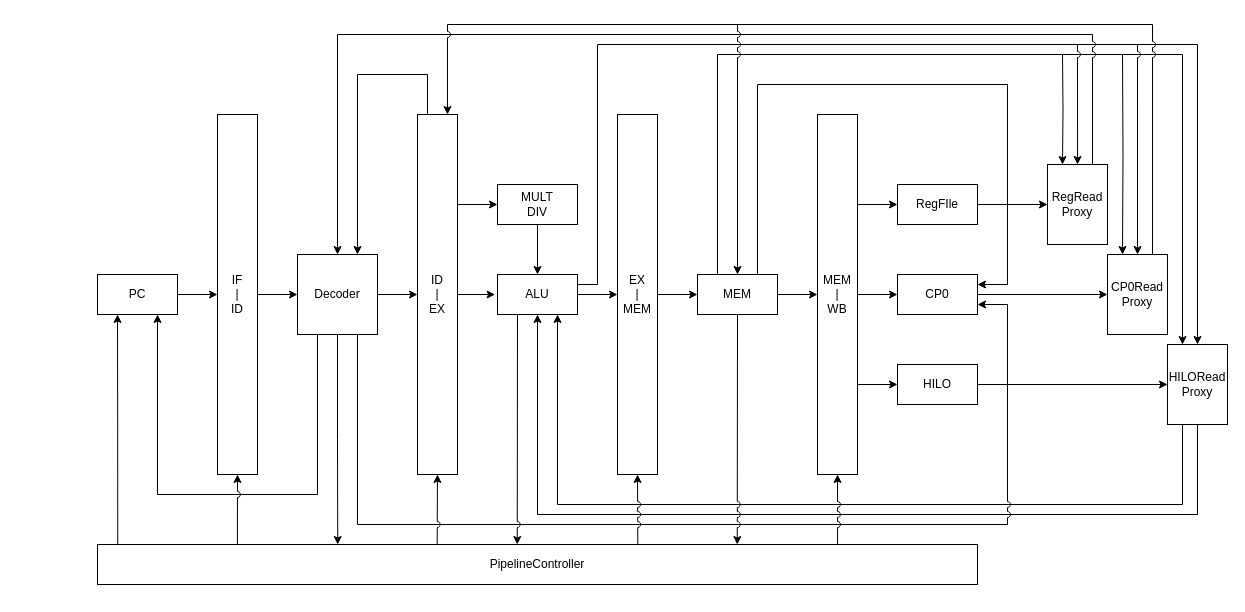
Earlier version of the draw.io diagram CS/ExternMIPS/1.drawio (umiskky/Diagrams). Source tidied: cells renumbered, new cells numbered last; positions are measured from the earlier drawing's top-left corner, leaving out a move shared by most shapes. Both pictures are drawn from the tidied source at 100%, with x=0, y=0 at pixel (97, 24).
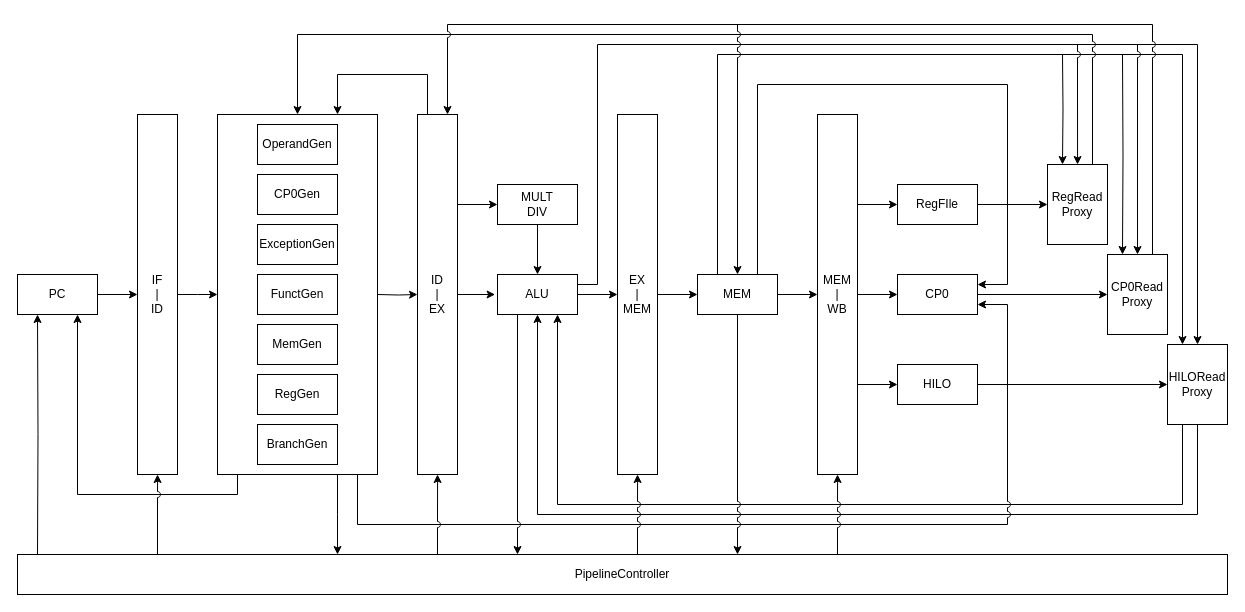
After the change.

Unchanged cells that the change refers to:
```xml
<mxCell id="19" value="ID&lt;br&gt;|&lt;br&gt;EX" style="rounded=0;whiteSpace=wrap;html=1;" parent="1" vertex="1">
  <mxGeometry x="320" y="90" width="40" height="360" as="geometry" />
</mxCell>
<mxCell id="22" value="EX&lt;br&gt;|&lt;br&gt;MEM" style="rounded=0;whiteSpace=wrap;html=1;" parent="1" vertex="1">
  <mxGeometry x="520" y="90" width="40" height="360" as="geometry" />
</mxCell>
<mxCell id="27" value="MEM&lt;br&gt;|&lt;br&gt;WB" style="rounded=0;whiteSpace=wrap;html=1;" parent="1" vertex="1">
  <mxGeometry x="720" y="90" width="40" height="360" as="geometry" />
</mxCell>
<mxCell id="35" value="ALU" style="rounded=0;whiteSpace=wrap;html=1;" parent="1" vertex="1">
  <mxGeometry x="400" y="250" width="80" height="40" as="geometry" />
</mxCell>
<mxCell id="39" value="MEM" style="rounded=0;whiteSpace=wrap;html=1;" parent="1" vertex="1">
  <mxGeometry x="600" y="250" width="80" height="40" as="geometry" />
</mxCell>
<mxCell id="43" value="CP0" style="rounded=0;whiteSpace=wrap;html=1;" parent="1" vertex="1">
  <mxGeometry x="800" y="250" width="80" height="40" as="geometry" />
</mxCell>
<mxCell id="47" value="RegRead&lt;br&gt;Proxy" style="rounded=0;whiteSpace=wrap;html=1;" parent="1" vertex="1">
  <mxGeometry x="950" y="140" width="60" height="80" as="geometry" />
</mxCell>
```

The edit, as a diff of the source:
```diff
@@
-    <mxCell id="4" style="edgeStyle=orthogonalEdgeStyle;rounded=0;jettySize=auto;html=1;exitX=0.25;exitY=1;exitDx=0;exitDy=0;entryX=0.75;entryY=1;entryDx=0;entryDy=0;" parent="1" edge="1" source="30" target="11">
+    <mxCell id="4" style="edgeStyle=orthogonalEdgeStyle;rounded=0;jettySize=auto;html=1;entryX=0.75;entryY=1;entryDx=0;entryDy=0;" parent="1" edge="1" source="57" target="11">
       <mxGeometry relative="1" as="geometry">
         <Array as="points">
-          <mxPoint x="220" y="470" />
-          <mxPoint x="60" y="470" />
+          <mxPoint x="140" y="470" />
+          <mxPoint x="-20" y="470" />
         </Array>
       </mxGeometry>
     </mxCell>
-    <mxCell id="5" style="edgeStyle=orthogonalEdgeStyle;rounded=0;jettySize=auto;html=1;exitX=0.75;exitY=1;exitDx=0;exitDy=0;entryX=1;entryY=0.75;entryDx=0;entryDy=0;jumpStyle=arc;" parent="1" edge="1" source="30" target="43">
+    <mxCell id="5" style="edgeStyle=orthogonalEdgeStyle;rounded=0;jettySize=auto;html=1;entryX=1;entryY=0.75;entryDx=0;entryDy=0;jumpStyle=arc;" parent="1" edge="1" source="57" target="43">
       <mxGeometry relative="1" as="geometry">
         <Array as="points">
           <mxPoint x="260" y="500" />
           <mxPoint x="910" y="500" />
           <mxPoint x="910" y="280" />
         </Array>
       </mxGeometry>
     </mxCell>
@@
     <mxCell id="8" value="PipelineController" style="rounded=0;whiteSpace=wrap;html=1;direction=south;" parent="1" vertex="1">
-      <mxGeometry y="520" width="880" height="40" as="geometry" />
+      <mxGeometry x="-80" y="530" width="1210" height="40" as="geometry" />
     </mxCell>
@@
-    <mxCell id="10" style="edgeStyle=orthogonalEdgeStyle;rounded=0;jettySize=auto;html=1;exitX=0;exitY=0.977;exitDx=0;exitDy=0;entryX=0.25;entryY=1;entryDx=0;entryDy=0;exitPerimeter=0;" parent="1" edge="1" source="8" target="11">
-      <mxGeometry relative="1" as="geometry" />
+    <mxCell id="10" style="edgeStyle=orthogonalEdgeStyle;rounded=0;jettySize=auto;html=1;entryX=0.25;entryY=1;entryDx=0;entryDy=0;" parent="1" edge="1" target="11">
+      <mxGeometry relative="1" as="geometry">
+        <mxPoint x="-60" y="530" as="sourcePoint" />
+      </mxGeometry>
     </mxCell>
     <mxCell id="11" value="PC" style="rounded=0;whiteSpace=wrap;html=1;" parent="1" vertex="1">
-      <mxGeometry y="250" width="80" height="40" as="geometry" />
+      <mxGeometry x="-80" y="250" width="80" height="40" as="geometry" />
     </mxCell>
-    <mxCell id="12" style="edgeStyle=orthogonalEdgeStyle;rounded=0;jettySize=auto;html=1;exitX=1;exitY=0.5;exitDx=0;exitDy=0;entryX=0;entryY=0.5;entryDx=0;entryDy=0;" parent="1" edge="1" source="14" target="30">
-      <mxGeometry relative="1" as="geometry" />
+    <mxCell id="12" style="edgeStyle=orthogonalEdgeStyle;rounded=0;jettySize=auto;html=1;exitX=1;exitY=0.5;exitDx=0;exitDy=0;entryX=0;entryY=0.5;entryDx=0;entryDy=0;" parent="1" edge="1" source="14">
+      <mxGeometry relative="1" as="geometry">
+        <mxPoint x="120" y="270" as="targetPoint" />
+      </mxGeometry>
     </mxCell>
-    <mxCell id="13" style="edgeStyle=orthogonalEdgeStyle;rounded=0;jettySize=auto;html=1;exitX=0;exitY=0.841;exitDx=0;exitDy=0;entryX=0.5;entryY=1;entryDx=0;entryDy=0;exitPerimeter=0;jumpStyle=arc;" parent="1" edge="1" source="8" target="14">
-      <mxGeometry relative="1" as="geometry" />
+    <mxCell id="13" style="edgeStyle=orthogonalEdgeStyle;rounded=0;jettySize=auto;html=1;entryX=0.5;entryY=1;entryDx=0;entryDy=0;jumpStyle=arc;" parent="1" edge="1" target="14">
+      <mxGeometry relative="1" as="geometry">
+        <mxPoint x="60" y="530" as="sourcePoint" />
+      </mxGeometry>
     </mxCell>
     <mxCell id="14" value="IF&lt;br&gt;|&lt;br&gt;ID" style="rounded=0;whiteSpace=wrap;html=1;" parent="1" vertex="1">
-      <mxGeometry x="120" y="90" width="40" height="360" as="geometry" />
+      <mxGeometry x="40" y="90" width="40" height="360" as="geometry" />
     </mxCell>
@@
-    <mxCell id="17" style="edgeStyle=orthogonalEdgeStyle;rounded=0;jettySize=auto;html=1;exitX=-0.01;exitY=0.614;exitDx=0;exitDy=0;entryX=0.5;entryY=1;entryDx=0;entryDy=0;exitPerimeter=0;jumpStyle=arc;" parent="1" edge="1" source="8" target="19">
-      <mxGeometry relative="1" as="geometry" />
+    <mxCell id="17" style="edgeStyle=orthogonalEdgeStyle;rounded=0;jettySize=auto;html=1;entryX=0.5;entryY=1;entryDx=0;entryDy=0;jumpStyle=arc;" parent="1" edge="1" target="19">
+      <mxGeometry relative="1" as="geometry">
+        <mxPoint x="340" y="530" as="sourcePoint" />
+      </mxGeometry>
     </mxCell>
-    <mxCell id="18" style="edgeStyle=orthogonalEdgeStyle;rounded=0;jettySize=auto;html=1;exitX=0.25;exitY=0;exitDx=0;exitDy=0;entryX=0.75;entryY=0;entryDx=0;entryDy=0;" parent="1" edge="1" source="19" target="30">
+    <mxCell id="18" style="edgeStyle=orthogonalEdgeStyle;rounded=0;jettySize=auto;html=1;exitX=0.25;exitY=0;exitDx=0;exitDy=0;entryX=0.75;entryY=0;entryDx=0;entryDy=0;" parent="1" edge="1" source="19" target="57">
       <mxGeometry relative="1" as="geometry">
         <Array as="points">
           <mxPoint x="330" y="50" />
-          <mxPoint x="260" y="50" />
+          <mxPoint x="240" y="50" />
         </Array>
       </mxGeometry>
     </mxCell>
@@
-    <mxCell id="21" style="edgeStyle=orthogonalEdgeStyle;rounded=0;jettySize=auto;html=1;exitX=-0.003;exitY=0.386;exitDx=0;exitDy=0;entryX=0.5;entryY=1;entryDx=0;entryDy=0;exitPerimeter=0;jumpStyle=arc;" parent="1" edge="1" source="8" target="22">
-      <mxGeometry relative="1" as="geometry" />
+    <mxCell id="21" style="edgeStyle=orthogonalEdgeStyle;rounded=0;jettySize=auto;html=1;entryX=0.5;entryY=1;entryDx=0;entryDy=0;jumpStyle=arc;" parent="1" edge="1" target="22">
+      <mxGeometry relative="1" as="geometry">
+        <mxPoint x="540" y="530" as="sourcePoint" />
+      </mxGeometry>
     </mxCell>
@@
-    <mxCell id="26" style="edgeStyle=orthogonalEdgeStyle;rounded=0;jettySize=auto;html=1;exitX=0;exitY=0.159;exitDx=0;exitDy=0;entryX=0.5;entryY=1;entryDx=0;entryDy=0;exitPerimeter=0;jumpStyle=arc;" parent="1" edge="1" source="8" target="27">
-      <mxGeometry relative="1" as="geometry" />
+    <mxCell id="26" style="edgeStyle=orthogonalEdgeStyle;rounded=0;jettySize=auto;html=1;entryX=0.5;entryY=1;entryDx=0;entryDy=0;jumpStyle=arc;" parent="1" edge="1" target="27">
+      <mxGeometry relative="1" as="geometry">
+        <mxPoint x="740" y="530" as="sourcePoint" />
+      </mxGeometry>
     </mxCell>
@@
-    <mxCell id="28" style="edgeStyle=orthogonalEdgeStyle;rounded=0;jettySize=auto;html=1;exitX=1;exitY=0.5;exitDx=0;exitDy=0;entryX=0;entryY=0.5;entryDx=0;entryDy=0;" parent="1" edge="1" source="30" target="19">
-      <mxGeometry relative="1" as="geometry" />
+    <mxCell id="28" style="edgeStyle=orthogonalEdgeStyle;rounded=0;jettySize=auto;html=1;exitX=1;exitY=0.5;exitDx=0;exitDy=0;entryX=0;entryY=0.5;entryDx=0;entryDy=0;" parent="1" edge="1" target="19">
+      <mxGeometry relative="1" as="geometry">
+        <mxPoint x="280" y="270" as="sourcePoint" />
+      </mxGeometry>
     </mxCell>
-    <mxCell id="29" style="edgeStyle=orthogonalEdgeStyle;rounded=0;jettySize=auto;html=1;exitX=0.5;exitY=1;exitDx=0;exitDy=0;entryX=0;entryY=0.727;entryDx=0;entryDy=0;entryPerimeter=0;" parent="1" edge="1" source="30" target="8">
-      <mxGeometry relative="1" as="geometry" />
+    <mxCell id="29" style="edgeStyle=orthogonalEdgeStyle;rounded=0;jettySize=auto;html=1;exitX=0.75;exitY=1;exitDx=0;exitDy=0;" parent="1" edge="1" source="57">
+      <mxGeometry relative="1" as="geometry">
+        <mxPoint x="240" y="530" as="targetPoint" />
+      </mxGeometry>
     </mxCell>
-    <mxCell id="30" value="Decoder" style="rounded=0;whiteSpace=wrap;html=1;" parent="1" vertex="1">
-      <mxGeometry x="200" y="230" width="80" height="80" as="geometry" />
-    </mxCell>
@@
-    <mxCell id="34" style="edgeStyle=orthogonalEdgeStyle;rounded=0;jettySize=auto;html=1;exitX=0.25;exitY=1;exitDx=0;exitDy=0;entryX=0;entryY=0.523;entryDx=0;entryDy=0;entryPerimeter=0;jumpStyle=arc;" parent="1" edge="1" source="35" target="8">
-      <mxGeometry relative="1" as="geometry" />
+    <mxCell id="34" style="edgeStyle=orthogonalEdgeStyle;rounded=0;jettySize=auto;html=1;exitX=0.25;exitY=1;exitDx=0;exitDy=0;jumpStyle=arc;" parent="1" edge="1" source="35">
+      <mxGeometry relative="1" as="geometry">
+        <mxPoint x="420" y="530" as="targetPoint" />
+      </mxGeometry>
     </mxCell>
@@
-    <mxCell id="37" style="edgeStyle=orthogonalEdgeStyle;rounded=0;jettySize=auto;html=1;exitX=0.5;exitY=1;exitDx=0;exitDy=0;entryX=0;entryY=0.273;entryDx=0;entryDy=0;entryPerimeter=0;jumpStyle=arc;" parent="1" edge="1" source="39" target="8">
-      <mxGeometry relative="1" as="geometry" />
+    <mxCell id="37" style="edgeStyle=orthogonalEdgeStyle;rounded=0;jettySize=auto;html=1;exitX=0.5;exitY=1;exitDx=0;exitDy=0;jumpStyle=arc;" parent="1" edge="1" source="39">
+      <mxGeometry relative="1" as="geometry">
+        <mxPoint x="640" y="530" as="targetPoint" />
+      </mxGeometry>
     </mxCell>
@@
-    <mxCell id="53" style="edgeStyle=orthogonalEdgeStyle;rounded=0;jettySize=auto;html=1;exitX=0.75;exitY=0;exitDx=0;exitDy=0;entryX=0.5;entryY=0;entryDx=0;entryDy=0;jumpStyle=arc;" parent="1" edge="1" source="47" target="30">
+    <mxCell id="53" style="edgeStyle=orthogonalEdgeStyle;rounded=0;jettySize=auto;html=1;exitX=0.75;exitY=0;exitDx=0;exitDy=0;jumpStyle=arc;entryX=0.5;entryY=0;entryDx=0;entryDy=0;" parent="1" edge="1" source="47" target="57">
       <mxGeometry relative="1" as="geometry">
         <Array as="points">
           <mxPoint x="995" y="10" />
-          <mxPoint x="240" y="10" />
+          <mxPoint x="200" y="10" />
         </Array>
       </mxGeometry>
     </mxCell>
@@
+    <mxCell id="56" style="group;" parent="1" vertex="1">
+      <mxGeometry x="120" y="90" width="160" height="360" as="geometry" />
+    </mxCell>
+    <mxCell id="57" value="&lt;blockquote style=&quot;margin: 0 0 0 40px ; border: none ; padding: 0px&quot;&gt;&lt;/blockquote&gt;" style="rounded=0;whiteSpace=wrap;html=1;align=left;" parent="56" vertex="1">
+      <mxGeometry width="160" height="360" as="geometry" />
+    </mxCell>
+    <mxCell id="58" value="OperandGen" style="rounded=0;whiteSpace=wrap;html=1;" parent="56" vertex="1">
+      <mxGeometry x="40" y="10" width="80" height="40" as="geometry" />
+    </mxCell>
+    <mxCell id="59" value="CP0Gen" style="rounded=0;whiteSpace=wrap;html=1;" parent="56" vertex="1">
+      <mxGeometry x="40" y="60" width="80" height="40" as="geometry" />
+    </mxCell>
+    <mxCell id="60" value="ExceptionGen" style="rounded=0;whiteSpace=wrap;html=1;" parent="56" vertex="1">
+      <mxGeometry x="40" y="110" width="80" height="40" as="geometry" />
+    </mxCell>
+    <mxCell id="61" value="FunctGen" style="rounded=0;whiteSpace=wrap;html=1;" parent="56" vertex="1">
+      <mxGeometry x="40" y="160" width="80" height="40" as="geometry" />
+    </mxCell>
+    <mxCell id="62" value="MemGen" style="rounded=0;whiteSpace=wrap;html=1;" parent="56" vertex="1">
+      <mxGeometry x="40" y="210" width="80" height="40" as="geometry" />
+    </mxCell>
+    <mxCell id="63" value="BranchGen" style="rounded=0;whiteSpace=wrap;html=1;" parent="56" vertex="1">
+      <mxGeometry x="40" y="310" width="80" height="40" as="geometry" />
+    </mxCell>
+    <mxCell id="64" value="RegGen" style="rounded=0;whiteSpace=wrap;html=1;" parent="56" vertex="1">
+      <mxGeometry x="40" y="260" width="80" height="40" as="geometry" />
+    </mxCell>
+    <mxCell id="65" style="edgeStyle=orthogonalEdgeStyle;rounded=0;orthogonalLoop=1;jettySize=auto;html=1;exitX=0.5;exitY=1;exitDx=0;exitDy=0;" parent="56" edge="1" source="57" target="57">
+      <mxGeometry relative="1" as="geometry" />
+    </mxCell>
```
